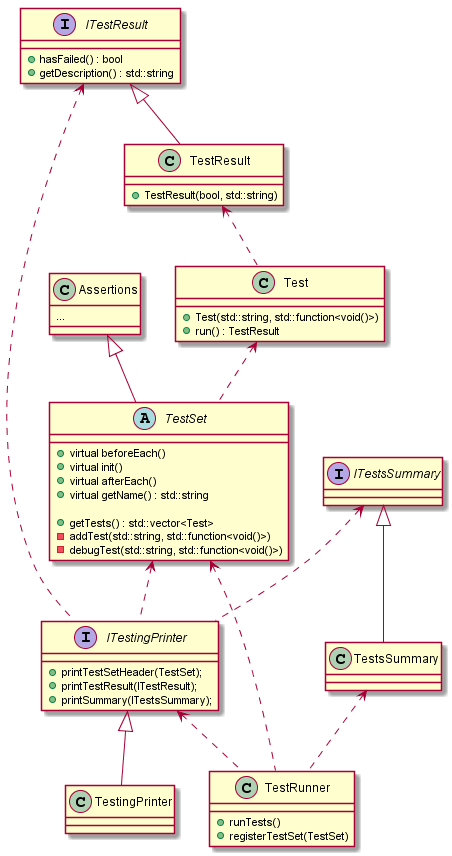
Earlier version of the PlantUML export docs/test_runner.png (magdalenatragarz/quokkatest).
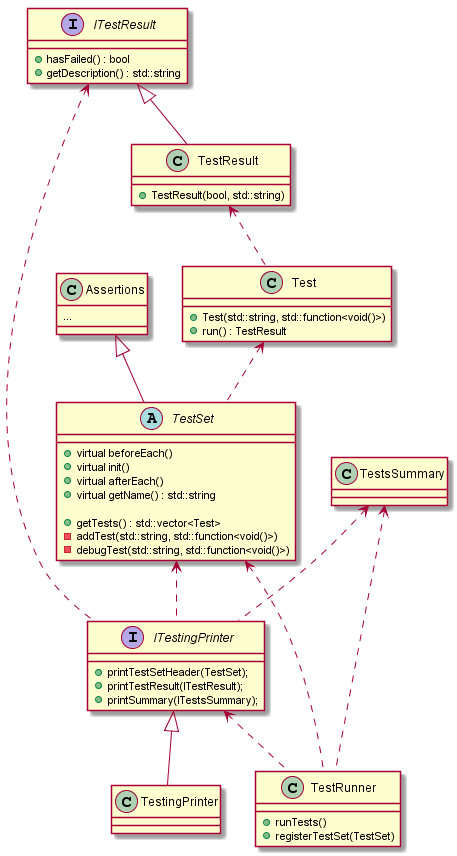
Later version of the same file.

Change to the diagram source:
```diff
@@ -32,10 +32,6 @@
 }
 
 
-interface ITestsSummary {
-
-}
-
 class TestsSummary {
 
 }
@@ -57,11 +53,10 @@
 
 ITestResult <|-- TestResult
 ITestingPrinter <|-- TestingPrinter
-ITestsSummary <|-- TestsSummary
 Assertions <|-- TestSet
 
 ITestResult <.. ITestingPrinter
-ITestsSummary <.. ITestingPrinter
+TestsSummary <.. ITestingPrinter
 TestSet <.. ITestingPrinter
 
 TestSet <.. TestRunner
```
